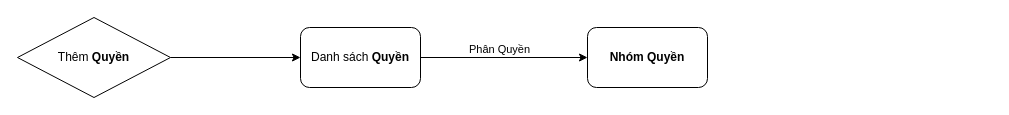
This is dynamic-category.drawio from mitgaming/drawio, a draw.io file, before an edit. Source tidied: cells renumbered, new cells numbered last; positions are measured from the earlier drawing's top-left corner, leaving out a move shared by most shapes. Both pictures are drawn from the tidied source at 100%, with x=0, y=0 at pixel (17, 17).
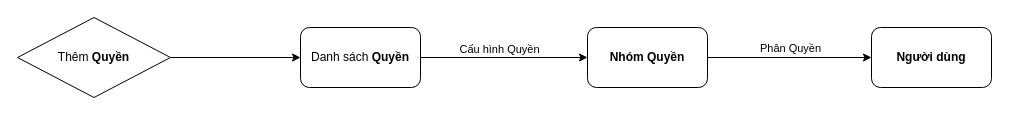
The same page after the edit.

Commit message (it also covers changes not shown here):
Cập nhật dynamic-category.drawio

The edit, as a diff of the source:
```diff
@@
 <mxGraphModel>
   <root>
     <mxCell id="0" />
     <mxCell id="1" parent="0" />
     <mxCell id="2" style="edgeStyle=orthogonalEdgeStyle;rounded=0;jettySize=auto;html=1;" parent="1" edge="1" source="4" target="7">
       <mxGeometry relative="1" as="geometry" />
     </mxCell>
-    <mxCell id="3" value="Phân Quyền" style="edgeLabel;html=1;align=center;verticalAlign=middle;" parent="2" vertex="1">
+    <mxCell id="3" value="Cấu hình Quyền" style="edgeLabel;html=1;align=center;verticalAlign=middle;" parent="2" vertex="1">
       <mxGeometry x="-0.15" relative="1" as="geometry">
         <mxPoint x="7" y="-9" as="offset" />
       </mxGeometry>
     </mxCell>
     <mxCell id="4" value="Danh sách &lt;b&gt;Quyền&lt;/b&gt;" style="rounded=1;whiteSpace=wrap;html=1;fillColor=default;" parent="1" vertex="1">
       <mxGeometry x="283" y="10" width="120" height="60" as="geometry" />
     </mxCell>
     <mxCell id="5" style="edgeStyle=orthogonalEdgeStyle;rounded=0;jettySize=auto;html=1;" parent="1" edge="1" source="6" target="4">
       <mxGeometry relative="1" as="geometry" />
     </mxCell>
     <mxCell id="6" value="Thêm&amp;nbsp;&lt;b style=&quot;border-color: var(--border-color);&quot;&gt;Quyền&lt;/b&gt;" style="rhombus;whiteSpace=wrap;html=1;" parent="1" vertex="1">
       <mxGeometry width="153" height="80" as="geometry" />
     </mxCell>
+    <mxCell id="8" style="edgeStyle=orthogonalEdgeStyle;rounded=0;jettySize=auto;html=1;entryX=0;entryY=0.5;entryDx=0;entryDy=0;" parent="1" edge="1" source="7" target="9">
+      <mxGeometry relative="1" as="geometry" />
+    </mxCell>
     <mxCell id="7" value="&lt;b&gt;Nhóm&amp;nbsp;Quyền&lt;/b&gt;" style="rounded=1;whiteSpace=wrap;html=1;fillColor=default;" parent="1" vertex="1">
       <mxGeometry x="570" y="10" width="120" height="60" as="geometry" />
     </mxCell>
+    <mxCell id="9" value="&lt;b&gt;Người dùng&lt;/b&gt;" style="rounded=1;whiteSpace=wrap;html=1;fillColor=default;" parent="1" vertex="1">
+      <mxGeometry x="854" y="10" width="120" height="60" as="geometry" />
+    </mxCell>
+    <mxCell id="10" value="Phân Quyền" style="edgeLabel;html=1;align=center;verticalAlign=middle;" parent="1" vertex="1">
+      <mxGeometry x="772" y="30" as="geometry" />
+    </mxCell>
   </root>
 </mxGraphModel>
```
